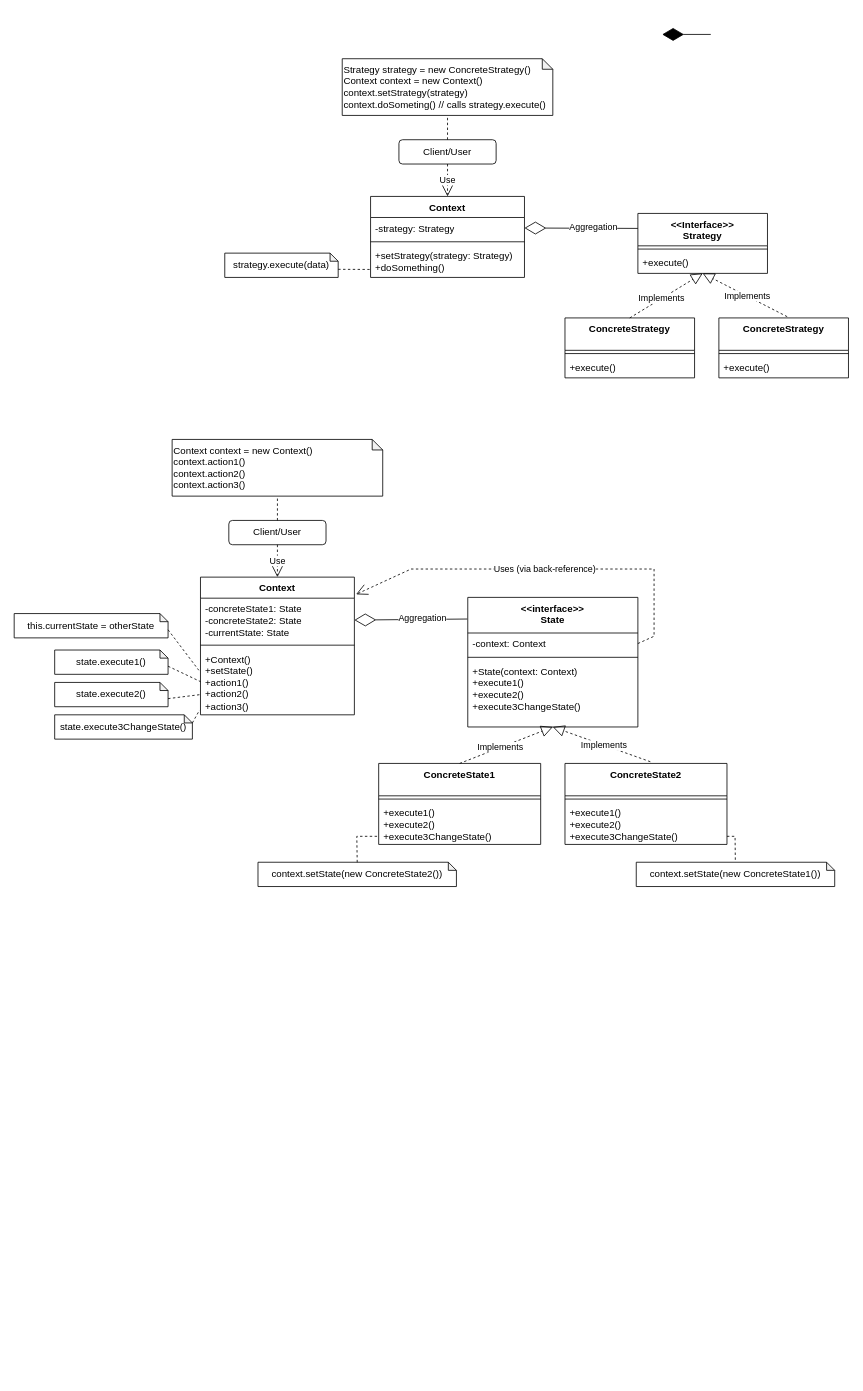
The draw.io diagram page "Strategy/State/Bridge" (5 of 6) of Untitled Diagram.drawio in DePaulSE350/DesignPattern, before the edit. Source tidied: cells renumbered, new cells numbered last; positions are measured from the earlier drawing's top-left corner, leaving out a move shared by most shapes. Both pictures are drawn from the tidied source at 81%, with x=0, y=0 at pixel (14, 34).
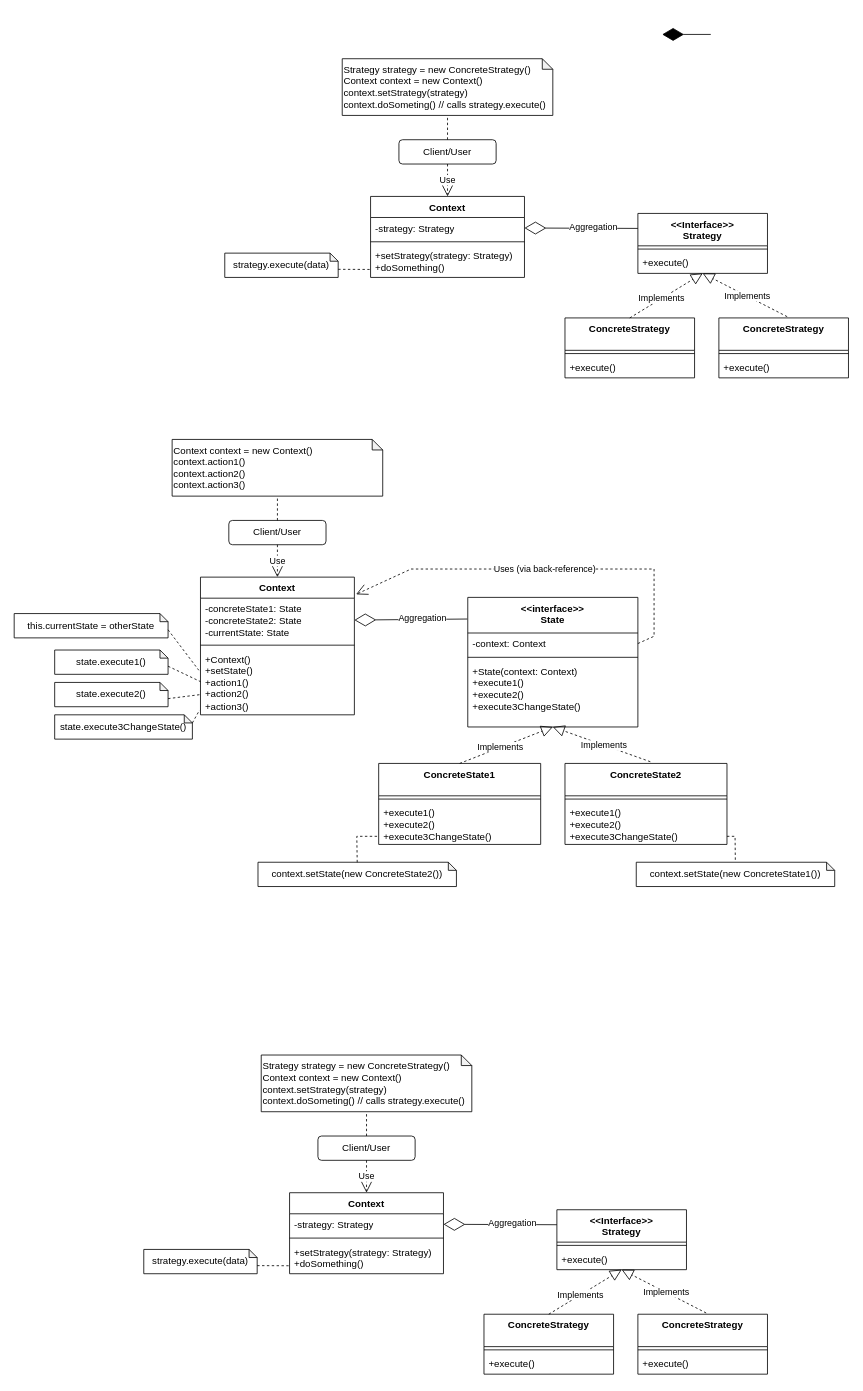
After the change.

Change to the diagram source:
```diff
@@
+    <mxCell id="65" value="Context" style="swimlane;fontStyle=1;align=center;verticalAlign=top;horizontal=1;startSize=26;whiteSpace=wrap;html=1;" parent="1" vertex="1">
+      <mxGeometry x="340" y="1430" width="190" height="100" as="geometry" />
+    </mxCell>
+    <mxCell id="66" value="-strategy: Strategy" style="text;strokeColor=none;fillColor=none;align=left;verticalAlign=top;spacingLeft=4;spacingRight=4;overflow=hidden;points=[[0,0.5],[1,0.5]];portConstraint=eastwest;whiteSpace=wrap;html=1;" parent="65" vertex="1">
+      <mxGeometry y="26" width="190" height="26" as="geometry" />
+    </mxCell>
+    <mxCell id="67" style="line;strokeWidth=1;fillColor=none;align=left;verticalAlign=middle;spacingTop=-1;spacingLeft=3;spacingRight=3;labelPosition=right;strokeColor=inherit;" parent="65" vertex="1">
+      <mxGeometry y="52" width="190" height="8" as="geometry" />
+    </mxCell>
+    <mxCell id="68" value="+setStrategy(strategy: Strategy)&lt;div&gt;+doSomething()&lt;/div&gt;" style="text;strokeColor=none;fillColor=none;align=left;verticalAlign=top;spacingLeft=4;spacingRight=4;overflow=hidden;points=[[0,0.5],[1,0.5]];portConstraint=eastwest;whiteSpace=wrap;html=1;" parent="65" vertex="1">
+      <mxGeometry y="60" width="190" height="40" as="geometry" />
+    </mxCell>
+    <mxCell id="69" value="&amp;lt;&amp;lt;Interface&amp;gt;&amp;gt;&lt;div&gt;Strategy&lt;/div&gt;" style="swimlane;fontStyle=1;align=center;verticalAlign=top;horizontal=1;startSize=40;whiteSpace=wrap;html=1;" parent="1" vertex="1">
+      <mxGeometry x="670" y="1451" width="160" height="74" as="geometry" />
+    </mxCell>
+    <mxCell id="70" style="line;strokeWidth=1;fillColor=none;align=left;verticalAlign=middle;spacingTop=-1;spacingLeft=3;spacingRight=3;labelPosition=right;strokeColor=inherit;" parent="69" vertex="1">
+      <mxGeometry y="40" width="160" height="8" as="geometry" />
+    </mxCell>
+    <mxCell id="71" value="+execute()" style="text;strokeColor=none;fillColor=none;align=left;verticalAlign=top;spacingLeft=4;spacingRight=4;overflow=hidden;whiteSpace=wrap;html=1;" parent="69" vertex="1">
+      <mxGeometry y="48" width="160" height="26" as="geometry" />
+    </mxCell>
+    <mxCell id="72" style="endArrow=diamondThin;endFill=0;endSize=24;html=1;rounded=0;exitX=0;exitY=0.25;exitDx=0;exitDy=0;entryX=1;entryY=0.5;entryDx=0;entryDy=0;" parent="1" edge="1" source="69" target="66">
+      <mxGeometry relative="1" as="geometry" />
+    </mxCell>
+    <mxCell id="73" value="Aggregation" style="edgeLabel;html=1;align=center;verticalAlign=middle;" parent="72" vertex="1">
+      <mxGeometry x="-0.43" y="-1" relative="1" as="geometry">
+        <mxPoint x="-16" y="-1" as="offset" />
+      </mxGeometry>
+    </mxCell>
+    <mxCell id="74" value="ConcreteStrategy" style="swimlane;fontStyle=1;align=center;verticalAlign=top;horizontal=1;startSize=40;whiteSpace=wrap;html=1;" parent="1" vertex="1">
+      <mxGeometry x="580" y="1580" width="160" height="74" as="geometry" />
+    </mxCell>
+    <mxCell id="75" style="line;strokeWidth=1;fillColor=none;align=left;verticalAlign=middle;spacingTop=-1;spacingLeft=3;spacingRight=3;labelPosition=right;strokeColor=inherit;" parent="74" vertex="1">
+      <mxGeometry y="40" width="160" height="8" as="geometry" />
+    </mxCell>
+    <mxCell id="76" value="+execute()" style="text;strokeColor=none;fillColor=none;align=left;verticalAlign=top;spacingLeft=4;spacingRight=4;overflow=hidden;whiteSpace=wrap;html=1;" parent="74" vertex="1">
+      <mxGeometry y="48" width="160" height="26" as="geometry" />
+    </mxCell>
+    <mxCell id="77" value="ConcreteStrategy" style="swimlane;fontStyle=1;align=center;verticalAlign=top;horizontal=1;startSize=40;whiteSpace=wrap;html=1;" parent="1" vertex="1">
+      <mxGeometry x="770" y="1580" width="160" height="74" as="geometry" />
+    </mxCell>
+    <mxCell id="78" style="line;strokeWidth=1;fillColor=none;align=left;verticalAlign=middle;spacingTop=-1;spacingLeft=3;spacingRight=3;labelPosition=right;strokeColor=inherit;" parent="77" vertex="1">
+      <mxGeometry y="40" width="160" height="8" as="geometry" />
+    </mxCell>
+    <mxCell id="79" value="+execute()" style="text;strokeColor=none;fillColor=none;align=left;verticalAlign=top;spacingLeft=4;spacingRight=4;overflow=hidden;whiteSpace=wrap;html=1;" parent="77" vertex="1">
+      <mxGeometry y="48" width="160" height="26" as="geometry" />
+    </mxCell>
+    <mxCell id="80" style="endArrow=block;dashed=1;endFill=0;endSize=12;html=1;rounded=0;exitX=0.5;exitY=0;exitDx=0;exitDy=0;entryX=0.5;entryY=1;entryDx=0;entryDy=0;" parent="1" edge="1" source="74" target="69">
+      <mxGeometry relative="1" as="geometry" />
+    </mxCell>
+    <mxCell id="81" value="Implements" style="edgeLabel;html=1;align=center;verticalAlign=middle;" parent="80" vertex="1">
+      <mxGeometry x="-0.12" y="1" relative="1" as="geometry" />
+    </mxCell>
+    <mxCell id="82" style="endArrow=block;dashed=1;endFill=0;endSize=12;html=1;rounded=0;exitX=0.527;exitY=-0.021;exitDx=0;exitDy=0;exitPerimeter=0;entryX=0.5;entryY=1;entryDx=0;entryDy=0;" parent="1" edge="1" source="77" target="69">
+      <mxGeometry relative="1" as="geometry" />
+    </mxCell>
+    <mxCell id="83" value="Implements" style="edgeLabel;html=1;align=center;verticalAlign=middle;" parent="82" vertex="1">
+      <mxGeometry x="-0.04" relative="1" as="geometry" />
+    </mxCell>
+    <mxCell id="84" value="strategy.execute(data)" style="shape=note;whiteSpace=wrap;html=1;backgroundOutline=1;darkOpacity=0.05;size=10;" parent="1" vertex="1">
+      <mxGeometry x="160" y="1500" width="140" height="30" as="geometry" />
+    </mxCell>
+    <mxCell id="85" style="endArrow=none;dashed=1;html=1;rounded=0;exitX=0;exitY=0;exitDx=140;exitDy=20;exitPerimeter=0;entryX=-0.006;entryY=0.754;entryDx=0;entryDy=0;entryPerimeter=0;" parent="1" edge="1" source="84" target="68">
+      <mxGeometry relative="1" as="geometry" />
+    </mxCell>
+    <mxCell id="86" value="Strategy strategy = new ConcreteStrategy()&lt;div&gt;Context context = new Context()&lt;/div&gt;&lt;div&gt;context.setStrategy(strategy)&lt;/div&gt;&lt;div&gt;context.doSometing() // calls strategy.execute()&lt;/div&gt;" style="shape=note;whiteSpace=wrap;html=1;backgroundOutline=1;darkOpacity=0.05;size=13;align=left;" parent="1" vertex="1">
+      <mxGeometry x="305" y="1260" width="260" height="70" as="geometry" />
+    </mxCell>
+    <mxCell id="87" value="Client/User" style="rounded=1;whiteSpace=wrap;html=1;" parent="1" vertex="1">
+      <mxGeometry x="375" y="1360" width="120" height="30" as="geometry" />
+    </mxCell>
+    <mxCell id="88" value="Use" style="endArrow=open;endSize=12;dashed=1;html=1;rounded=0;exitX=0.5;exitY=1;exitDx=0;exitDy=0;entryX=0.5;entryY=0;entryDx=0;entryDy=0;" parent="1" edge="1" source="87" target="65">
+      <mxGeometry relative="1" as="geometry" />
+    </mxCell>
+    <mxCell id="89" style="endArrow=none;dashed=1;html=1;rounded=0;entryX=0.5;entryY=1;entryDx=0;entryDy=0;entryPerimeter=0;" parent="1" edge="1" source="87" target="86">
+      <mxGeometry relative="1" as="geometry" />
+    </mxCell>
```
